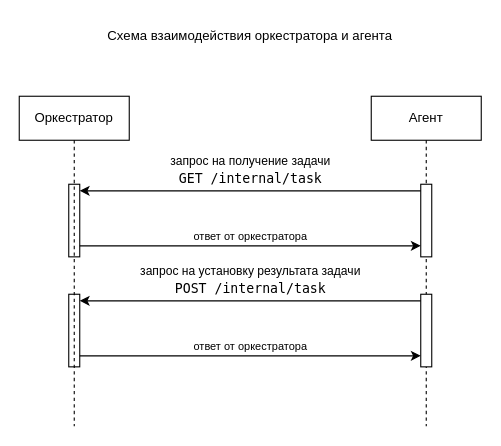
The draw.io diagram docs/агент_vs_оркестратор.drawio in raffalskaya/finalTask, before the edit. Source tidied: cells renumbered, new cells numbered last; positions are measured from the earlier drawing's top-left corner, leaving out a move shared by most shapes. Both pictures are drawn from the tidied source at 110%, with x=0, y=0 at pixel (19, 19).
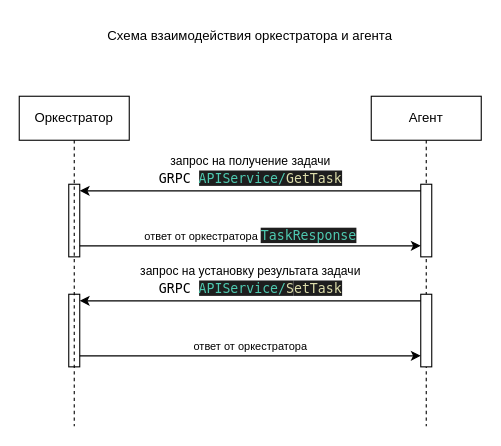
The same page after the edit.

Unchanged cells that the change refers to:
```xml
<mxCell id="2" value="Агент" style="shape=umlLifeline;perimeter=lifelinePerimeter;whiteSpace=wrap;html=1;newEdgeStyle={&quot;edgeStyle&quot;:&quot;elbowEdgeStyle&quot;,&quot;elbow&quot;:&quot;vertical&quot;,&quot;curved&quot;:0,&quot;rounded&quot;:0};" parent="1" vertex="1">
  <mxGeometry x="320" y="70" width="100" height="300" as="geometry" />
</mxCell>
```

Diff of the diagram source:
```diff
@@
-    <mxCell id="5" value="запрос на установку результата задачи&lt;div&gt;&lt;div style=&quot;font-family: Menlo, Monaco, &amp;quot;Courier New&amp;quot;, monospace; font-size: 12px; line-height: 18px; white-space-collapse: preserve;&quot;&gt;POST /internal/task&lt;/div&gt;&lt;/div&gt;" style="html=1;verticalAlign=bottom;endArrow=none;edgeStyle=elbowEdgeStyle;elbow=vertical;curved=0;rounded=0;startArrow=classic;startFill=1;endFill=0;" parent="2" edge="1">
+    <mxCell id="5" value="запрос на установку результата задачи&lt;div&gt;&lt;div style=&quot;font-family: Menlo, Monaco, &amp;quot;Courier New&amp;quot;, monospace; font-size: 12px; line-height: 18px;&quot;&gt;&lt;span style=&quot;&quot;&gt;GRPC&amp;nbsp;&lt;/span&gt;&lt;span style=&quot;color: rgb(78, 201, 176); background-color: rgb(30, 30, 30);&quot;&gt;APIService/&lt;/span&gt;&lt;span style=&quot;background-color: rgb(30, 30, 30); color: rgb(220, 220, 170);&quot;&gt;S&lt;/span&gt;&lt;span style=&quot;background-color: rgb(30, 30, 30); color: rgb(220, 220, 170);&quot;&gt;etTask&lt;/span&gt;&lt;/div&gt;&lt;/div&gt;" style="html=1;verticalAlign=bottom;endArrow=none;edgeStyle=elbowEdgeStyle;elbow=vertical;curved=0;rounded=0;startArrow=classic;startFill=1;endFill=0;" parent="2" edge="1">
       <mxGeometry relative="1" as="geometry">
         <mxPoint x="-265" y="186" as="sourcePoint" />
         <mxPoint x="45" y="186" as="targetPoint" />
         <Array as="points">
           <mxPoint x="-180" y="186" />
         </Array>
       </mxGeometry>
     </mxCell>
@@
-    <mxCell id="9" value="запрос на получение задачи&lt;div&gt;&lt;div style=&quot;font-family: Menlo, Monaco, &amp;quot;Courier New&amp;quot;, monospace; font-size: 12px; line-height: 18px; white-space-collapse: preserve;&quot;&gt;GET /internal/task&lt;/div&gt;&lt;/div&gt;" style="html=1;verticalAlign=bottom;endArrow=none;edgeStyle=elbowEdgeStyle;elbow=vertical;curved=0;rounded=0;startArrow=classic;startFill=1;endFill=0;" parent="1" edge="1">
+    <mxCell id="9" value="запрос на получение задачи&lt;div&gt;&lt;div style=&quot;font-family: Menlo, Monaco, &amp;quot;Courier New&amp;quot;, monospace; font-size: 12px; line-height: 18px;&quot;&gt;GRPC &lt;span style=&quot;color: rgb(78, 201, 176); background-color: rgb(30, 30, 30);&quot;&gt;APIService/&lt;/span&gt;&lt;span style=&quot;color: rgb(220, 220, 170); background-color: rgb(30, 30, 30);&quot;&gt;GetTask&lt;/span&gt;&lt;/div&gt;&lt;/div&gt;" style="html=1;verticalAlign=bottom;endArrow=none;edgeStyle=elbowEdgeStyle;elbow=vertical;curved=0;rounded=0;startArrow=classic;startFill=1;endFill=0;" parent="1" edge="1">
       <mxGeometry relative="1" as="geometry">
         <mxPoint x="55" y="156" as="sourcePoint" />
         <mxPoint x="365" y="156" as="targetPoint" />
         <Array as="points">
           <mxPoint x="140" y="156" />
         </Array>
       </mxGeometry>
     </mxCell>
-    <mxCell id="10" value="&lt;font style=&quot;font-size: 10px;&quot;&gt;ответ от оркестратора&lt;/font&gt;" style="html=1;verticalAlign=bottom;endArrow=none;edgeStyle=elbowEdgeStyle;elbow=vertical;curved=0;rounded=0;endFill=0;startArrow=classic;startFill=1;" parent="1" edge="1">
+    <mxCell id="10" value="&lt;font style=&quot;font-size: 10px;&quot;&gt;ответ от оркестратора&amp;nbsp;&lt;/font&gt;&lt;span style=&quot;color: rgb(78, 201, 176); background-color: rgb(30, 30, 30); font-family: Menlo, Monaco, &amp;quot;Courier New&amp;quot;, monospace; font-size: 12px;&quot;&gt;TaskResponse&lt;/span&gt;" style="html=1;verticalAlign=bottom;endArrow=none;edgeStyle=elbowEdgeStyle;elbow=vertical;curved=0;rounded=0;endFill=0;startArrow=classic;startFill=1;" parent="1" edge="1">
       <mxGeometry relative="1" as="geometry">
         <mxPoint x="365" y="206" as="sourcePoint" />
         <mxPoint x="55" y="206" as="targetPoint" />
         <Array as="points">
           <mxPoint x="130.5" y="206" />
         </Array>
       </mxGeometry>
     </mxCell>
```
